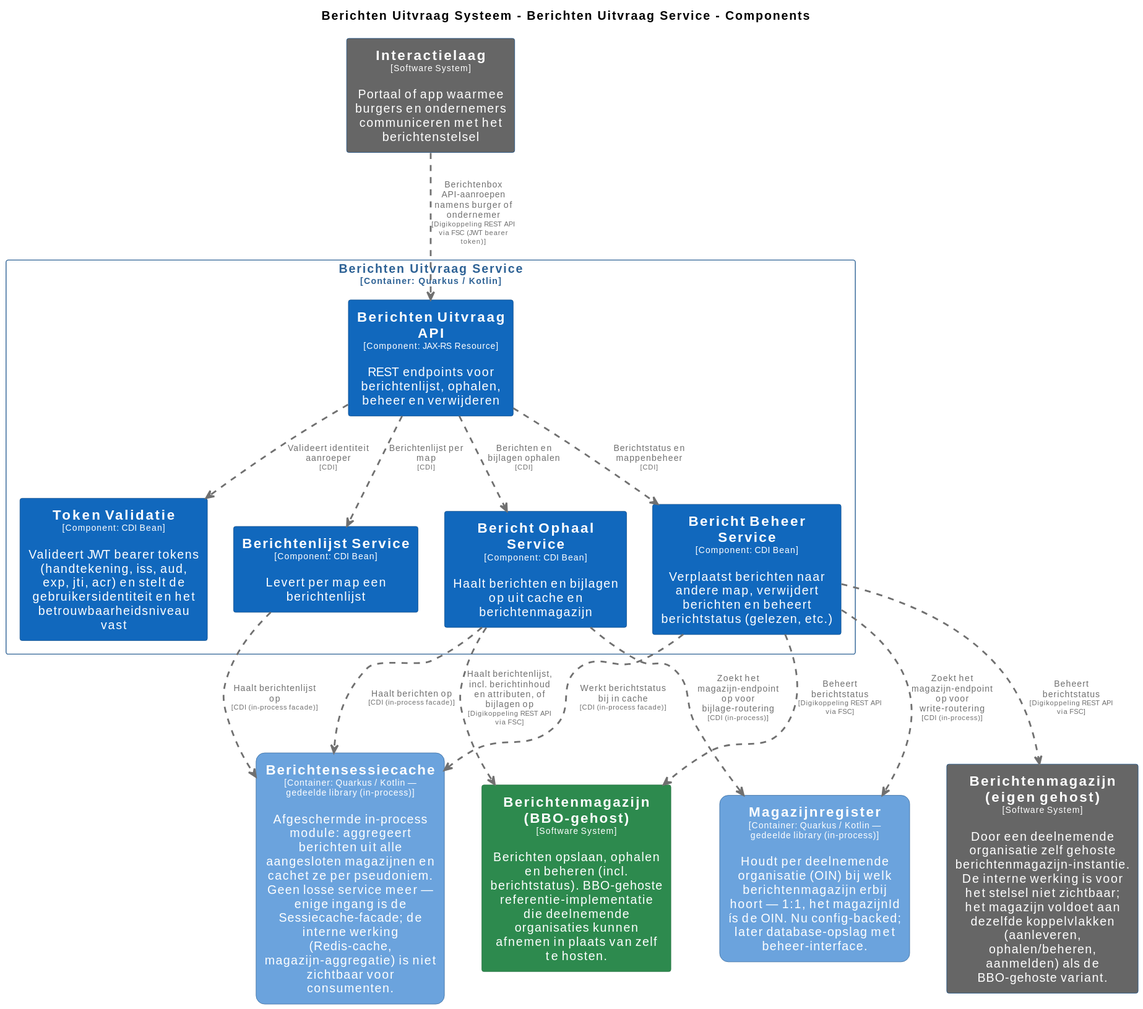
Earlier version of the PlantUML export pr-preview/pr-95/master/svg/BerichtenUitvraagServiceComponenten.svg (MinBZK/moza-poc-fbs-berichtenbox). Its source is kept beside it as pr-preview/pr-95/master/puml/BerichtenUitvraagServiceComponenten.puml.
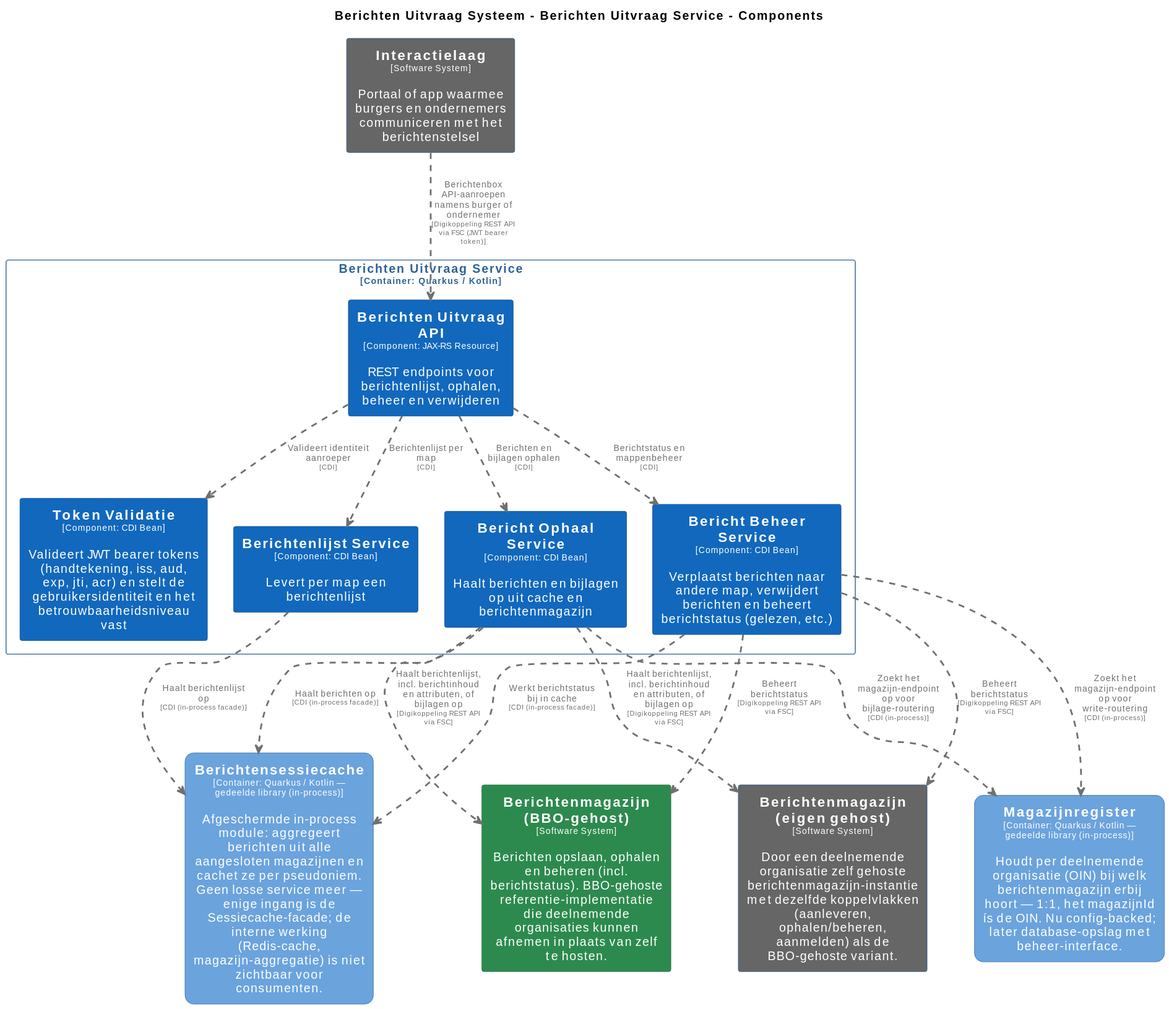
After the change.

Diff of the diagram source:
```diff
@@ -84,7 +84,7 @@
 }
 
 rectangle "==Interactielaag\n<size:10>[Software System]</size>\n\nPortaal of app waarmee burgers en ondernemers communiceren met het berichtenstelsel" <<Interactielaag>> as Interactielaag
-rectangle "==Berichtenmagazijn (eigen gehost)\n<size:10>[Software System]</size>\n\nDoor een deelnemende organisatie zelf gehoste berichtenmagazijn-instantie. De interne werking is voor het stelsel niet zichtbaar; het magazijn voldoet aan dezelfde koppelvlakken (aanleveren, ophalen/beheren, aanmelden) als de BBO-gehoste variant." <<Berichtenmagazijneigengehost>> as Berichtenmagazijneigengehost
+rectangle "==Berichtenmagazijn (eigen gehost)\n<size:10>[Software System]</size>\n\nDoor een deelnemende organisatie zelf gehoste berichtenmagazijn-instantie met dezelfde koppelvlakken (aanleveren, ophalen/beheren, aanmelden) als de BBO-gehoste variant." <<Berichtenmagazijneigengehost>> as Berichtenmagazijneigengehost
 rectangle "==Berichtenmagazijn (BBO-gehost)\n<size:10>[Software System]</size>\n\nBerichten opslaan, ophalen en beheren (incl. berichtstatus). BBO-gehoste referentie-implementatie die deelnemende organisaties kunnen afnemen in plaats van zelf te hosten." <<BerichtenmagazijnBBOgehost>> as BerichtenmagazijnBBOgehost
 rectangle "==Berichtensessiecache\n<size:10>[Container: Quarkus / Kotlin — gedeelde library (in-process)]</size>\n\nAfgeschermde in-process module: aggregeert berichten uit alle aangesloten magazijnen en cachet ze per pseudoniem. Geen losse service meer — enige ingang is de Sessiecache-facade; de interne werking (Redis-cache, magazijn-aggregatie) is niet zichtbaar voor consumenten." <<BerichtenUitvraagSysteem.Berichtensessiecache>> as BerichtenUitvraagSysteem.Berichtensessiecache
 rectangle "==Magazijnregister\n<size:10>[Container: Quarkus / Kotlin — gedeelde library (in-process)]</size>\n\nHoudt per deelnemende organisatie (OIN) bij welk berichtenmagazijn erbij hoort — 1:1, het magazijnId ís de OIN. Nu config-backed; later database-opslag met beheer-interface." <<BerichtenUitvraagSysteem.Magazijnregister>> as BerichtenUitvraagSysteem.Magazijnregister
@@ -98,6 +98,7 @@
 }
 
 BerichtenUitvraagSysteem.BerichtenUitvraagService.BerichtBeheerService .[#707070,thickness=2].> BerichtenmagazijnBBOgehost : "<color:#707070>Beheert berichtstatus\n<color:#707070><size:8>[Digikoppeling REST API via FSC]</size>"
+BerichtenUitvraagSysteem.BerichtenUitvraagService.BerichtOphaalService .[#707070,thickness=2].> Berichtenmagazijneigengehost : "<color:#707070>Haalt berichtenlijst, incl. berichtinhoud en attributen, of bijlagen op\n<color:#707070><size:8>[Digikoppeling REST API via FSC]</size>"
 BerichtenUitvraagSysteem.BerichtenUitvraagService.BerichtBeheerService .[#707070,thickness=2].> Berichtenmagazijneigengehost : "<color:#707070>Beheert berichtstatus\n<color:#707070><size:8>[Digikoppeling REST API via FSC]</size>"
 BerichtenUitvraagSysteem.BerichtenUitvraagService.BerichtenUitvraagAPI .[#707070,thickness=2].> BerichtenUitvraagSysteem.BerichtenUitvraagService.TokenValidatie : "<color:#707070>Valideert identiteit aanroeper\n<color:#707070><size:8>[CDI]</size>"
 BerichtenUitvraagSysteem.BerichtenUitvraagService.BerichtenUitvraagAPI .[#707070,thickness=2].> BerichtenUitvraagSysteem.BerichtenUitvraagService.BerichtenlijstService : "<color:#707070>Berichtenlijst per map\n<color:#707070><size:8>[CDI]</size>"
```
